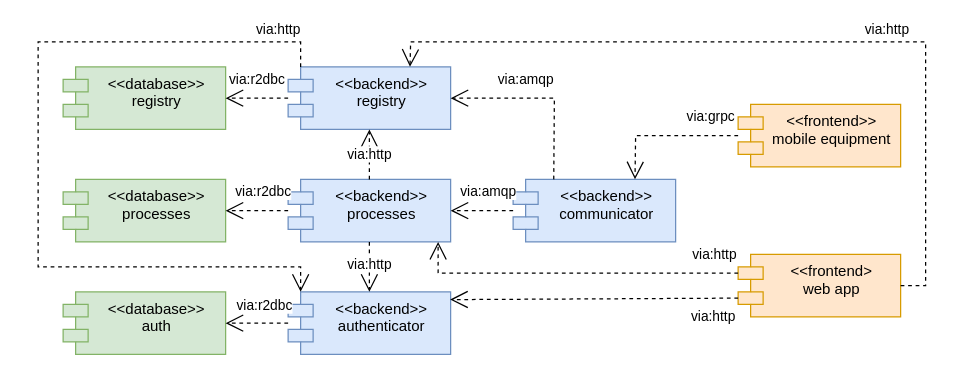
Earlier version of the draw.io diagram doc/components.drawio (vkremianskii/pits). Source tidied: cells renumbered, new cells numbered last; positions are measured from the earlier drawing's top-left corner, leaving out a move shared by most shapes. Both pictures are drawn from the tidied source at 125%, with x=0, y=0 at pixel (38, 41).
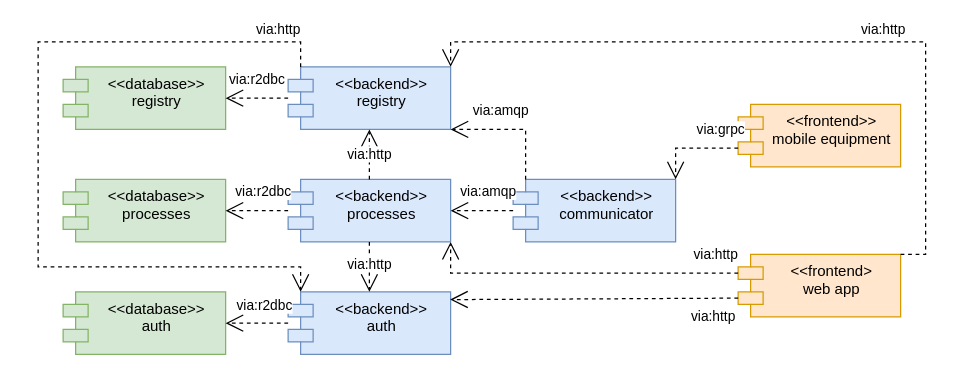
After the change.

The change refers to these unchanged cells:
```xml
<mxCell id="4" value="&lt;&lt;backend&gt;&gt;&#10;registry" style="shape=module;align=left;spacingLeft=20;align=center;verticalAlign=top;fillColor=#dae8fc;strokeColor=#6c8ebf;" parent="1" vertex="1">
  <mxGeometry x="200" y="20" width="130" height="50" as="geometry" />
</mxCell>
<mxCell id="5" value="&lt;&lt;backend&gt;&gt;&#10;processes" style="shape=module;align=left;spacingLeft=20;align=center;verticalAlign=top;fillColor=#dae8fc;strokeColor=#6c8ebf;" parent="1" vertex="1">
  <mxGeometry x="200" y="110" width="130" height="50" as="geometry" />
</mxCell>
<mxCell id="6" value="&lt;&lt;backend&gt;&gt;&#10;communicator" style="shape=module;align=left;spacingLeft=20;align=center;verticalAlign=top;fillColor=#dae8fc;strokeColor=#6c8ebf;" parent="1" vertex="1">
  <mxGeometry x="380" y="110" width="130" height="50" as="geometry" />
</mxCell>
<mxCell id="7" value="&lt;&lt;frontend&gt;&gt;&#10;mobile equipment" style="shape=module;align=left;spacingLeft=20;align=center;verticalAlign=top;fillColor=#ffe6cc;strokeColor=#d79b00;" parent="1" vertex="1">
  <mxGeometry x="560" y="50" width="130" height="50" as="geometry" />
</mxCell>
<mxCell id="8" value="&lt;&lt;frontend&gt;&#10;web app" style="shape=module;align=left;spacingLeft=20;align=center;verticalAlign=top;fillColor=#ffe6cc;strokeColor=#d79b00;" parent="1" vertex="1">
  <mxGeometry x="560" y="170" width="130" height="50" as="geometry" />
</mxCell>
```

What changed in the source:
```diff
@@
-    <mxCell id="9" value="&lt;&lt;backend&gt;&gt;&#10;authenticator" style="shape=module;align=left;spacingLeft=20;align=center;verticalAlign=top;fillColor=#dae8fc;strokeColor=#6c8ebf;" parent="1" vertex="1">
+    <mxCell id="9" value="&lt;&lt;backend&gt;&gt;&#10;auth" style="shape=module;align=left;spacingLeft=20;align=center;verticalAlign=top;fillColor=#dae8fc;strokeColor=#6c8ebf;" parent="1" vertex="1">
       <mxGeometry x="200" y="200" width="130" height="50" as="geometry" />
     </mxCell>
@@
-    <mxCell id="15" value="via:grpc" style="endArrow=open;endFill=1;endSize=12;html=1;rounded=0;dashed=1;strokeWidth=1;entryX=0.75;entryY=0;entryDx=0;entryDy=0;" parent="1" edge="1" source="7" target="6">
+    <mxCell id="15" value="via:grpc" style="endArrow=open;endFill=1;endSize=12;html=1;rounded=0;dashed=1;strokeWidth=1;entryX=1;entryY=0;entryDx=0;entryDy=0;exitX=0;exitY=0;exitDx=0;exitDy=35;exitPerimeter=0;" parent="1" edge="1" source="7" target="6">
       <mxGeometry x="-0.62" y="-15" relative="1" as="geometry">
         <Array as="points">
-          <mxPoint x="478" y="75" />
+          <mxPoint x="510" y="85" />
         </Array>
       </mxGeometry>
     </mxCell>
-    <mxCell id="16" value="via:http" style="endArrow=open;endFill=1;endSize=12;html=1;rounded=0;dashed=1;strokeWidth=1;exitX=0;exitY=0;exitDx=0;exitDy=15;exitPerimeter=0;entryX=0.923;entryY=1;entryDx=0;entryDy=0;entryPerimeter=0;" parent="1" edge="1" source="8" target="5">
+    <mxCell id="16" value="via:http" style="endArrow=open;endFill=1;endSize=12;html=1;rounded=0;dashed=1;strokeWidth=1;exitX=0;exitY=0;exitDx=0;exitDy=15;exitPerimeter=0;entryX=1;entryY=1;entryDx=0;entryDy=0;" parent="1" edge="1" source="8" target="5">
       <mxGeometry x="-0.86" y="-15" relative="1" as="geometry">
         <Array as="points">
-          <mxPoint x="320" y="185" />
+          <mxPoint x="330" y="185" />
         </Array>
       </mxGeometry>
     </mxCell>
@@
-    <mxCell id="18" value="via:amqp" style="endArrow=open;endFill=1;endSize=12;html=1;rounded=0;dashed=1;strokeWidth=1;entryX=1;entryY=0.5;entryDx=0;entryDy=0;exitX=0.25;exitY=0;exitDx=0;exitDy=0;" parent="1" edge="1" source="6" target="4">
+    <mxCell id="18" value="via:amqp" style="endArrow=open;endFill=1;endSize=12;html=1;rounded=0;dashed=1;strokeWidth=1;entryX=1;entryY=1;entryDx=0;entryDy=0;exitX=0;exitY=0;exitDx=10;exitDy=0;exitPerimeter=0;" parent="1" edge="1" source="6" target="4">
       <mxGeometry x="0.19" y="-15" relative="1" as="geometry">
         <Array as="points">
-          <mxPoint x="413" y="45" />
+          <mxPoint x="390" y="70" />
         </Array>
       </mxGeometry>
     </mxCell>
@@
-    <mxCell id="20" value="via:http" style="endArrow=open;endFill=1;endSize=12;html=1;rounded=0;dashed=1;strokeWidth=1;entryX=0.75;entryY=0;entryDx=0;entryDy=0;" parent="1" edge="1" source="8" target="4">
+    <mxCell id="20" value="via:http" style="endArrow=open;endFill=1;endSize=12;html=1;rounded=0;dashed=1;strokeWidth=1;entryX=1;entryY=0;entryDx=0;entryDy=0;exitX=1;exitY=0;exitDx=0;exitDy=0;" parent="1" edge="1" source="8" target="4">
       <mxGeometry x="-0.24" y="-10" relative="1" as="geometry">
         <Array as="points">
-          <mxPoint x="710" y="195" />
+          <mxPoint x="710" y="170" />
           <mxPoint x="710" />
-          <mxPoint x="298" />
+          <mxPoint x="330" />
         </Array>
       </mxGeometry>
     </mxCell>
```
